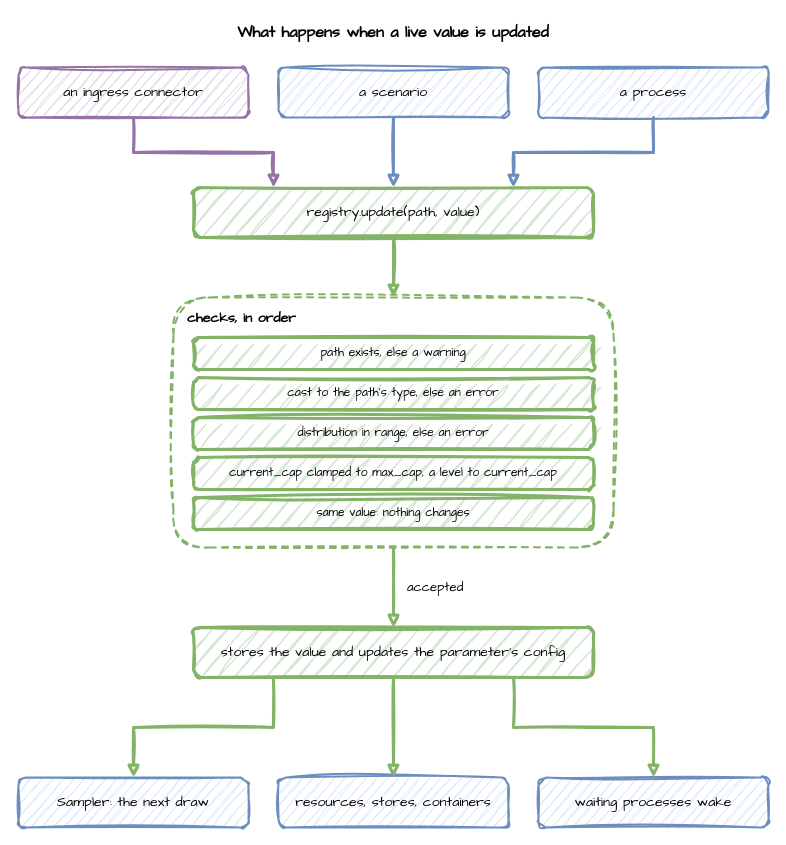
Above: docs/assets/diagrams/registry-update.drawio in jaehyeon-kim/desflow (draw.io), before the change. Source tidied: cells renumbered, new cells numbered last; positions are measured from the earlier drawing's top-left corner, leaving out a move shared by most shapes. Both pictures are drawn from the tidied source at 100%, with x=0, y=0 at pixel (18, 17).
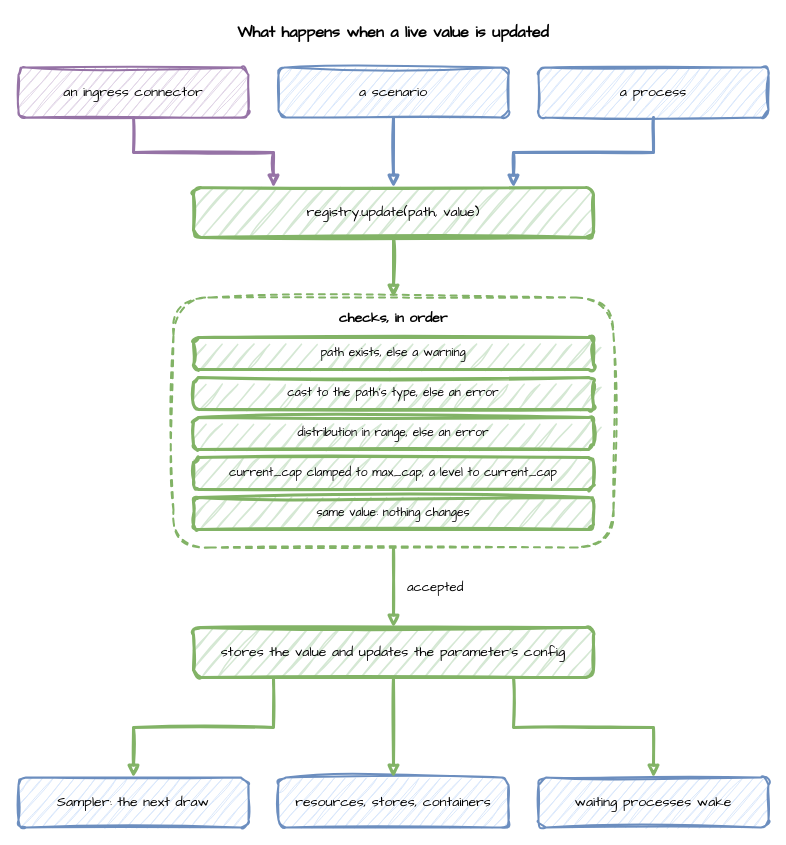
The same diagram, later.

Change to the diagram source:
```diff
@@
-    <mxCell id="9" value="checks, in order" style="rounded=1;whiteSpace=wrap;html=1;sketch=1;curveFitting=1;jiggle=2;fontFamily=Comic Sans MS;fontSize=14;fillColor=none;strokeColor=#82b366;strokeWidth=2;dashed=1;verticalAlign=top;align=left;spacingLeft=12;spacingTop=6;fontStyle=1;" parent="1" vertex="1">
+    <mxCell id="9" value="checks, in order" style="rounded=1;whiteSpace=wrap;html=1;sketch=1;curveFitting=1;jiggle=2;fontFamily=Comic Sans MS;fontSize=14;fillColor=none;strokeColor=#82b366;strokeWidth=2;dashed=1;verticalAlign=top;align=center;spacingTop=6;fontStyle=1;" parent="1" vertex="1">
       <mxGeometry x="155" y="280" width="440" height="250" as="geometry" />
     </mxCell>
```
